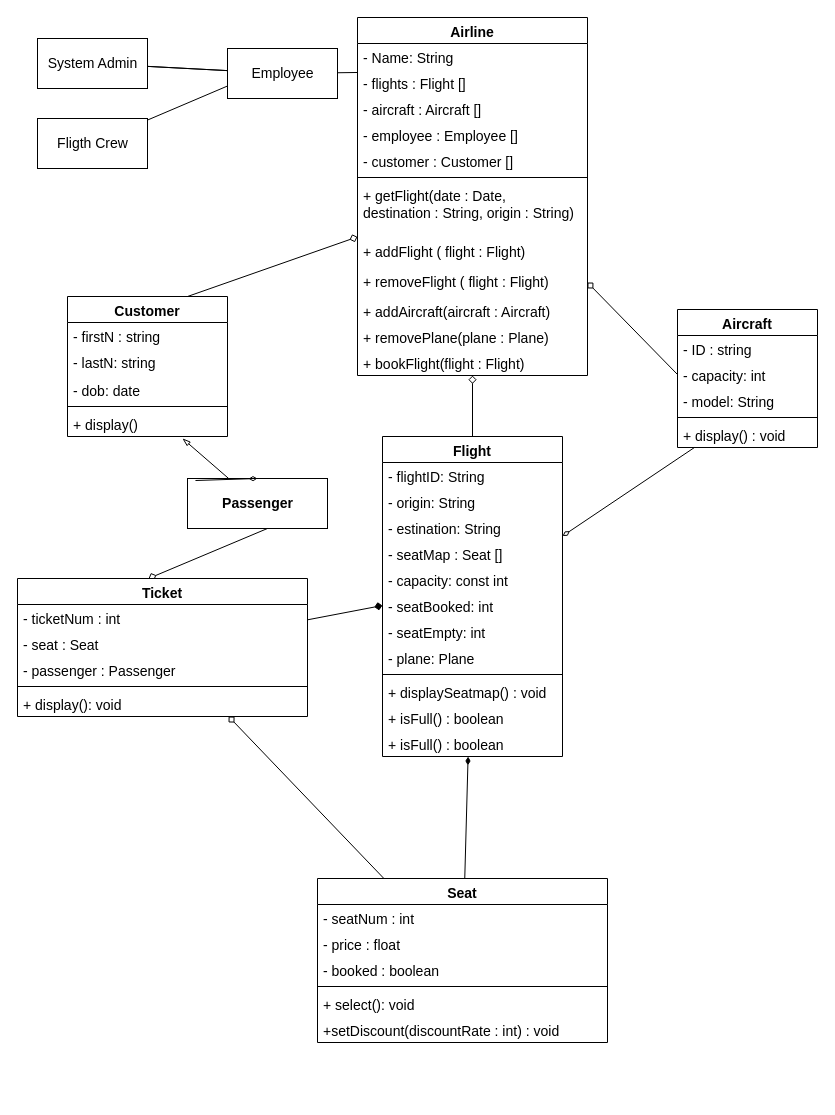
The draw.io diagram P2_Domain_Diagram/domain_full.drawio in ESDiep/FlightReservationProject, before the edit. Source tidied: cells renumbered, new cells numbered last; positions are measured from the earlier drawing's top-left corner, leaving out a move shared by most shapes. Both pictures are drawn from the tidied source at 100%, with x=0, y=0 at pixel (17, 17).
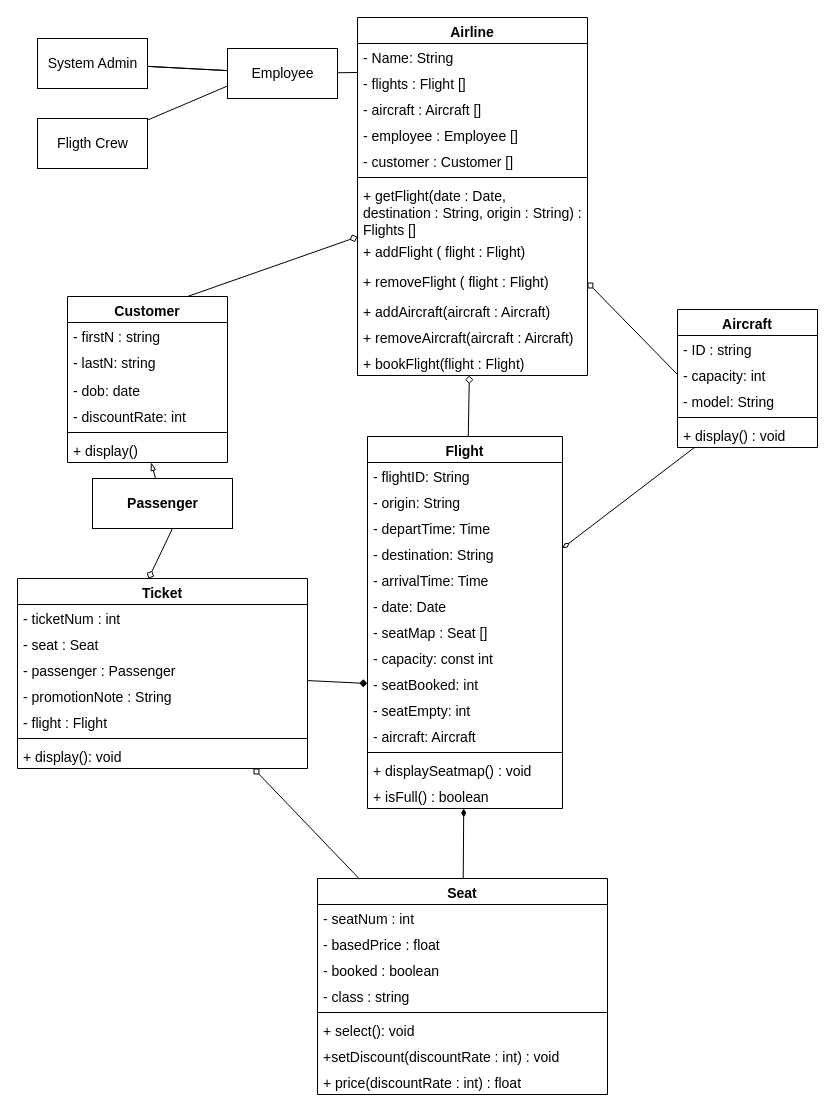
The same diagram, later.

Commit message:
add date, depart, arrival time in flight

Unchanged cells that the change refers to:
```xml
<mxCell id="13" value="Airline" style="swimlane;fontStyle=1;align=center;verticalAlign=top;horizontal=1;startSize=26;fontSize=14;" parent="1" vertex="1">
  <mxGeometry x="340" width="230" height="358" as="geometry" />
</mxCell>
```

Diff of the diagram source:
```diff
@@
-    <mxCell id="9" style="edgeStyle=none;html=1;entryX=0.719;entryY=1.077;entryDx=0;entryDy=0;entryPerimeter=0;fontSize=14;startArrow=none;startFill=0;endArrow=blockThin;endFill=0;" parent="1" edge="1" source="10" target="62">
+    <mxCell id="9" style="edgeStyle=none;html=1;fontSize=14;startArrow=none;startFill=0;endArrow=blockThin;endFill=0;" parent="1" edge="1" source="10" target="62">
       <mxGeometry relative="1" as="geometry" />
     </mxCell>
     <mxCell id="10" value="&lt;span style=&quot;font-weight: 700;&quot;&gt;Passenger&lt;/span&gt;" style="html=1;fontSize=14;" parent="1" vertex="1">
-      <mxGeometry x="170" y="461" width="140" height="50" as="geometry" />
+      <mxGeometry x="75" y="461" width="140" height="50" as="geometry" />
     </mxCell>
@@
-    <mxCell id="20" value="+ getFlight(date : Date, &#10;destination : String, origin : String) " style="text;strokeColor=none;fillColor=none;align=left;verticalAlign=top;spacingLeft=4;spacingRight=4;overflow=hidden;fontSize=14;" parent="13" vertex="1">
+    <mxCell id="20" value="+ getFlight(date : Date, &#10;destination : String, origin : String) :&#10;Flights [] " style="text;strokeColor=none;fillColor=none;align=left;verticalAlign=top;spacingLeft=4;spacingRight=4;overflow=hidden;fontSize=14;" parent="13" vertex="1">
       <mxGeometry y="164" width="230" height="56" as="geometry" />
     </mxCell>
@@
-    <mxCell id="24" value="+ removePlane(plane : Plane)" style="text;strokeColor=none;fillColor=none;align=left;verticalAlign=top;spacingLeft=4;spacingRight=4;overflow=hidden;fontSize=14;" parent="13" vertex="1">
+    <mxCell id="24" value="+ removeAircraft(aircraft : Aircraft)" style="text;strokeColor=none;fillColor=none;align=left;verticalAlign=top;spacingLeft=4;spacingRight=4;overflow=hidden;fontSize=14;" parent="13" vertex="1">
       <mxGeometry y="306" width="230" height="26" as="geometry" />
     </mxCell>
@@
     <mxCell id="28" value="Flight" style="swimlane;fontStyle=1;align=center;verticalAlign=top;horizontal=1;startSize=26;fontSize=14;" parent="1" vertex="1">
-      <mxGeometry x="365" y="419" width="180" height="320" as="geometry" />
+      <mxGeometry x="350" y="419" width="195" height="372" as="geometry" />
     </mxCell>
     <mxCell id="29" value="- flightID: String&#10;" style="text;strokeColor=none;fillColor=none;align=left;verticalAlign=top;spacingLeft=4;spacingRight=4;overflow=hidden;fontSize=14;" parent="28" vertex="1">
-      <mxGeometry y="26" width="180" height="26" as="geometry" />
+      <mxGeometry y="26" width="195" height="26" as="geometry" />
     </mxCell>
     <mxCell id="30" value="- origin: String&#10;" style="text;strokeColor=none;fillColor=none;align=left;verticalAlign=top;spacingLeft=4;spacingRight=4;overflow=hidden;fontSize=14;" parent="28" vertex="1">
-      <mxGeometry y="52" width="180" height="26" as="geometry" />
+      <mxGeometry y="52" width="195" height="26" as="geometry" />
     </mxCell>
+    <mxCell id="71" value="- departTime: Time&#10;" style="text;strokeColor=none;fillColor=none;align=left;verticalAlign=top;spacingLeft=4;spacingRight=4;overflow=hidden;fontSize=14;" parent="28" vertex="1">
+      <mxGeometry y="78" width="195" height="26" as="geometry" />
+    </mxCell>
-    <mxCell id="31" value="- estination: String&#10;" style="text;strokeColor=none;fillColor=none;align=left;verticalAlign=top;spacingLeft=4;spacingRight=4;overflow=hidden;fontSize=14;" parent="28" vertex="1">
-      <mxGeometry y="78" width="180" height="26" as="geometry" />
+    <mxCell id="31" value="- destination: String&#10;" style="text;strokeColor=none;fillColor=none;align=left;verticalAlign=top;spacingLeft=4;spacingRight=4;overflow=hidden;fontSize=14;" parent="28" vertex="1">
+      <mxGeometry y="104" width="195" height="26" as="geometry" />
     </mxCell>
+    <mxCell id="72" value="- arrivalTime: Time&#10;" style="text;strokeColor=none;fillColor=none;align=left;verticalAlign=top;spacingLeft=4;spacingRight=4;overflow=hidden;fontSize=14;" parent="28" vertex="1">
+      <mxGeometry y="130" width="195" height="26" as="geometry" />
+    </mxCell>
+    <mxCell id="73" value="- date: Date&#10;" style="text;strokeColor=none;fillColor=none;align=left;verticalAlign=top;spacingLeft=4;spacingRight=4;overflow=hidden;fontSize=14;" parent="28" vertex="1">
+      <mxGeometry y="156" width="195" height="26" as="geometry" />
+    </mxCell>
     <mxCell id="32" value="- seatMap : Seat []" style="text;strokeColor=none;fillColor=none;align=left;verticalAlign=top;spacingLeft=4;spacingRight=4;overflow=hidden;fontSize=14;" parent="28" vertex="1">
-      <mxGeometry y="104" width="180" height="26" as="geometry" />
+      <mxGeometry y="182" width="195" height="26" as="geometry" />
     </mxCell>
     <mxCell id="33" value="- capacity: const int" style="text;strokeColor=none;fillColor=none;align=left;verticalAlign=top;spacingLeft=4;spacingRight=4;overflow=hidden;fontSize=14;" parent="28" vertex="1">
-      <mxGeometry y="130" width="180" height="26" as="geometry" />
+      <mxGeometry y="208" width="195" height="26" as="geometry" />
     </mxCell>
     <mxCell id="34" value="- seatBooked: int" style="text;strokeColor=none;fillColor=none;align=left;verticalAlign=top;spacingLeft=4;spacingRight=4;overflow=hidden;points=[[0,0.5],[1,0.5]];portConstraint=eastwest;fontSize=14;" parent="28" vertex="1">
-      <mxGeometry y="156" width="180" height="26" as="geometry" />
+      <mxGeometry y="234" width="195" height="26" as="geometry" />
     </mxCell>
     <mxCell id="35" value="- seatEmpty: int" style="text;strokeColor=none;fillColor=none;align=left;verticalAlign=top;spacingLeft=4;spacingRight=4;overflow=hidden;fontSize=14;" parent="28" vertex="1">
-      <mxGeometry y="182" width="180" height="26" as="geometry" />
+      <mxGeometry y="260" width="195" height="26" as="geometry" />
     </mxCell>
-    <mxCell id="36" value="- plane: Plane" style="text;strokeColor=none;fillColor=none;align=left;verticalAlign=top;spacingLeft=4;spacingRight=4;overflow=hidden;fontSize=14;" parent="28" vertex="1">
-      <mxGeometry y="208" width="180" height="26" as="geometry" />
+    <mxCell id="36" value="- aircraft: Aircraft" style="text;strokeColor=none;fillColor=none;align=left;verticalAlign=top;spacingLeft=4;spacingRight=4;overflow=hidden;fontSize=14;" parent="28" vertex="1">
+      <mxGeometry y="286" width="195" height="26" as="geometry" />
     </mxCell>
     <mxCell id="37" style="line;strokeWidth=1;fillColor=none;align=left;verticalAlign=middle;spacingTop=-1;spacingLeft=3;spacingRight=3;labelPosition=right;strokeColor=inherit;fontSize=14;" parent="28" vertex="1">
-      <mxGeometry y="234" width="180" height="8" as="geometry" />
+      <mxGeometry y="312" width="195" height="8" as="geometry" />
     </mxCell>
     <mxCell id="38" value="+ displaySeatmap() : void" style="text;strokeColor=none;fillColor=none;align=left;verticalAlign=top;spacingLeft=4;spacingRight=4;overflow=hidden;fontSize=14;" parent="28" vertex="1">
-      <mxGeometry y="242" width="180" height="26" as="geometry" />
+      <mxGeometry y="320" width="195" height="26" as="geometry" />
     </mxCell>
     <mxCell id="39" value="+ isFull() : boolean" style="text;strokeColor=none;fillColor=none;align=left;verticalAlign=top;spacingLeft=4;spacingRight=4;overflow=hidden;fontSize=14;" parent="28" vertex="1">
-      <mxGeometry y="268" width="180" height="26" as="geometry" />
+      <mxGeometry y="346" width="195" height="26" as="geometry" />
     </mxCell>
-    <mxCell id="40" value="+ isFull() : boolean" style="text;strokeColor=none;fillColor=none;align=left;verticalAlign=top;spacingLeft=4;spacingRight=4;overflow=hidden;fontSize=14;" parent="28" vertex="1">
-      <mxGeometry y="294" width="180" height="26" as="geometry" />
-    </mxCell>
@@
     <mxCell id="42" value="Seat" style="swimlane;fontStyle=1;align=center;verticalAlign=top;horizontal=1;startSize=26;fontSize=14;" parent="1" vertex="1">
-      <mxGeometry x="300" y="861" width="290" height="164" as="geometry" />
+      <mxGeometry x="300" y="861" width="290" height="216" as="geometry" />
     </mxCell>
@@
-    <mxCell id="44" value="- price : float" style="text;strokeColor=none;fillColor=none;align=left;verticalAlign=top;spacingLeft=4;spacingRight=4;overflow=hidden;fontSize=14;" parent="42" vertex="1">
+    <mxCell id="44" value="- basedPrice : float" style="text;strokeColor=none;fillColor=none;align=left;verticalAlign=top;spacingLeft=4;spacingRight=4;overflow=hidden;fontSize=14;" parent="42" vertex="1">
       <mxGeometry y="52" width="290" height="26" as="geometry" />
     </mxCell>
@@
+    <mxCell id="74" value="- class : string" style="text;strokeColor=none;fillColor=none;align=left;verticalAlign=top;spacingLeft=4;spacingRight=4;overflow=hidden;fontSize=14;" parent="42" vertex="1">
+      <mxGeometry y="104" width="290" height="26" as="geometry" />
+    </mxCell>
     <mxCell id="46" style="line;strokeWidth=1;fillColor=none;align=left;verticalAlign=middle;spacingTop=-1;spacingLeft=3;spacingRight=3;labelPosition=right;strokeColor=inherit;fontSize=14;" parent="42" vertex="1">
-      <mxGeometry y="104" width="290" height="8" as="geometry" />
+      <mxGeometry y="130" width="290" height="8" as="geometry" />
     </mxCell>
     <mxCell id="47" value="+ select(): void" style="text;strokeColor=none;fillColor=none;align=left;verticalAlign=top;spacingLeft=4;spacingRight=4;overflow=hidden;fontSize=14;" parent="42" vertex="1">
-      <mxGeometry y="112" width="290" height="26" as="geometry" />
+      <mxGeometry y="138" width="290" height="26" as="geometry" />
     </mxCell>
     <mxCell id="48" value="+setDiscount(discountRate : int) : void" style="text;strokeColor=none;fillColor=none;align=left;verticalAlign=top;spacingLeft=4;spacingRight=4;overflow=hidden;fontSize=14;" parent="42" vertex="1">
-      <mxGeometry y="138" width="290" height="26" as="geometry" />
+      <mxGeometry y="164" width="290" height="26" as="geometry" />
     </mxCell>
+    <mxCell id="75" value="+ price(discountRate : int) : float" style="text;strokeColor=none;fillColor=none;align=left;verticalAlign=top;spacingLeft=4;spacingRight=4;overflow=hidden;fontSize=14;" parent="42" vertex="1">
+      <mxGeometry y="190" width="290" height="26" as="geometry" />
+    </mxCell>
@@
     <mxCell id="51" value="Ticket" style="swimlane;fontStyle=1;align=center;verticalAlign=top;horizontal=1;startSize=26;fontSize=14;" parent="1" vertex="1">
-      <mxGeometry y="561" width="290" height="138" as="geometry" />
+      <mxGeometry y="561" width="290" height="190" as="geometry" />
     </mxCell>
@@
+    <mxCell id="76" value="- passenger : Passenger" style="text;strokeColor=none;fillColor=none;align=left;verticalAlign=top;spacingLeft=4;spacingRight=4;overflow=hidden;fontSize=14;" parent="51" vertex="1">
+      <mxGeometry y="78" width="290" height="26" as="geometry" />
+    </mxCell>
+    <mxCell id="77" value="- promotionNote : String" style="text;strokeColor=none;fillColor=none;align=left;verticalAlign=top;spacingLeft=4;spacingRight=4;overflow=hidden;fontSize=14;" parent="51" vertex="1">
+      <mxGeometry y="104" width="290" height="26" as="geometry" />
+    </mxCell>
-    <mxCell id="54" value="- passenger : Passenger" style="text;strokeColor=none;fillColor=none;align=left;verticalAlign=top;spacingLeft=4;spacingRight=4;overflow=hidden;fontSize=14;" parent="51" vertex="1">
-      <mxGeometry y="78" width="290" height="26" as="geometry" />
+    <mxCell id="54" value="- flight : Flight" style="text;strokeColor=none;fillColor=none;align=left;verticalAlign=top;spacingLeft=4;spacingRight=4;overflow=hidden;fontSize=14;" parent="51" vertex="1">
+      <mxGeometry y="130" width="290" height="26" as="geometry" />
     </mxCell>
     <mxCell id="55" style="line;strokeWidth=1;fillColor=none;align=left;verticalAlign=middle;spacingTop=-1;spacingLeft=3;spacingRight=3;labelPosition=right;strokeColor=inherit;fontSize=14;" parent="51" vertex="1">
-      <mxGeometry y="104" width="290" height="8" as="geometry" />
+      <mxGeometry y="156" width="290" height="8" as="geometry" />
     </mxCell>
     <mxCell id="56" value="+ display(): void" style="text;strokeColor=none;fillColor=none;align=left;verticalAlign=top;spacingLeft=4;spacingRight=4;overflow=hidden;fontSize=14;" parent="51" vertex="1">
-      <mxGeometry y="112" width="290" height="26" as="geometry" />
+      <mxGeometry y="164" width="290" height="26" as="geometry" />
     </mxCell>
     <mxCell id="57" value="Customer" style="swimlane;fontStyle=1;align=center;verticalAlign=top;horizontal=1;startSize=26;fontSize=14;" parent="1" vertex="1">
-      <mxGeometry x="50" y="279" width="160" height="140" as="geometry" />
+      <mxGeometry x="50" y="279" width="160" height="166" as="geometry" />
     </mxCell>
@@
+    <mxCell id="78" value="- discountRate: int" style="text;strokeColor=none;fillColor=none;align=left;verticalAlign=top;spacingLeft=4;spacingRight=4;overflow=hidden;fontSize=14;" parent="57" vertex="1">
+      <mxGeometry y="106" width="160" height="26" as="geometry" />
+    </mxCell>
     <mxCell id="61" style="line;strokeWidth=1;fillColor=none;align=left;verticalAlign=middle;spacingTop=-1;spacingLeft=3;spacingRight=3;labelPosition=right;strokeColor=inherit;fontSize=14;" parent="57" vertex="1">
-      <mxGeometry y="106" width="160" height="8" as="geometry" />
+      <mxGeometry y="132" width="160" height="8" as="geometry" />
     </mxCell>
     <mxCell id="62" value="+ display()" style="text;strokeColor=none;fillColor=none;align=left;verticalAlign=top;spacingLeft=4;spacingRight=4;overflow=hidden;points=[[0,0.5],[1,0.5]];portConstraint=eastwest;fontSize=14;" parent="57" vertex="1">
-      <mxGeometry y="114" width="160" height="26" as="geometry" />
+      <mxGeometry y="140" width="160" height="26" as="geometry" />
     </mxCell>
@@
-    <mxCell id="69" style="edgeStyle=none;html=1;exitX=0.5;exitY=0;exitDx=0;exitDy=0;entryX=0.057;entryY=0.04;entryDx=0;entryDy=0;entryPerimeter=0;fontSize=14;startArrow=diamondThin;startFill=0;endArrow=none;endFill=0;" parent="1" edge="1" source="10" target="10">
-      <mxGeometry relative="1" as="geometry" />
-    </mxCell>
```
